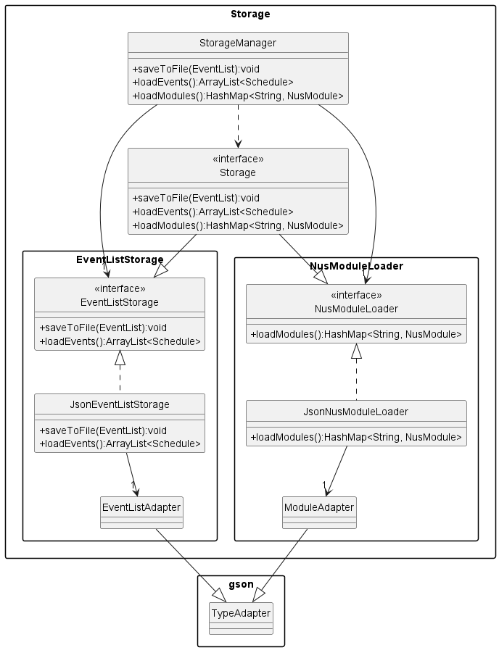
Above: docs/UML/Images/StorageClass.png in nus-cs2113-AY2223S2/tp (PlantUML), before the change. Its source is kept beside it as docs/UML/StorageClass.puml.
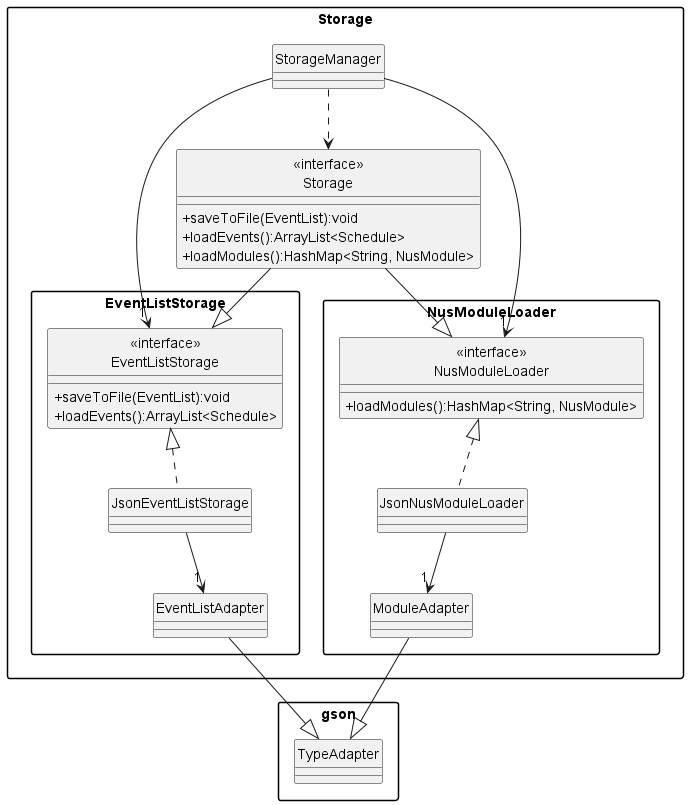
After the change.

Commit message:
Update DG, UG, Storage UML

Diff of the diagram source:
```diff
@@ -15,8 +15,6 @@
             +loadEvents():ArrayList<Schedule>
         }
         class JsonEventListStorage {
-                +saveToFile(EventList):void
-                +loadEvents():ArrayList<Schedule>
         }
         class EventListAdapter{
         }
@@ -28,7 +26,6 @@
         }
 
         class JsonNusModuleLoader{
-            +loadModules():HashMap<String, NusModule>
         }
 
         class ModuleAdapter{
@@ -36,9 +33,7 @@
     }
 
     class StorageManager{
-    +saveToFile(EventList):void
-    +loadEvents():ArrayList<Schedule>
-    +loadModules():HashMap<String, NusModule>
+
     }
 
 
```
